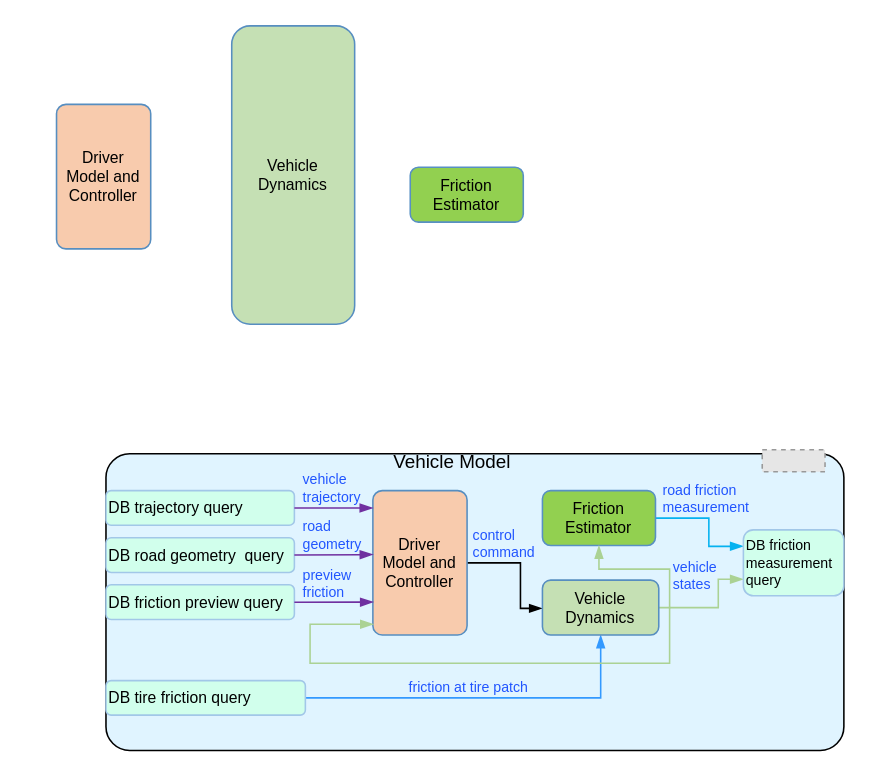
LimingGao/draw_io keeps this draw.io diagram as vehicle dynamics.drawio. Above is the earlier version. Source tidied: cells renumbered, new cells numbered last; positions are measured from the earlier drawing's top-left corner, leaving out a move shared by most shapes. Both pictures are drawn from the tidied source at 157%, with x=0, y=0 at pixel (55, 25). Pictures stored in the file or linked from it are replaced by grey dashed boxes.
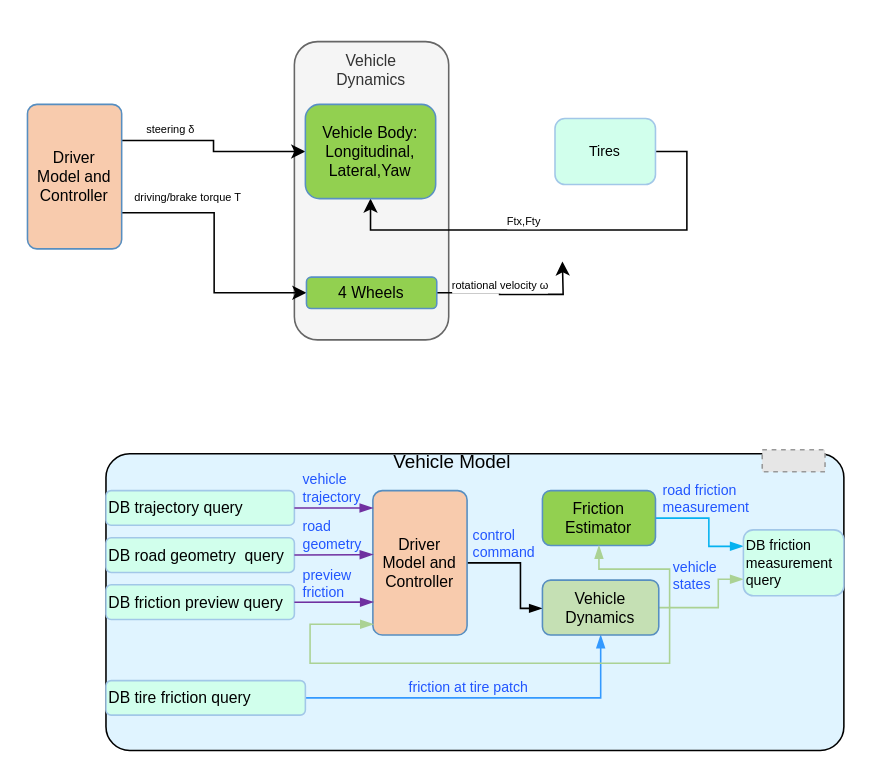
The same page after the edit.

Change to the diagram source:
```diff
@@
+    <mxCell id="30" value="Vehicle&#10;Dynamics" style="rounded=1;align=center;verticalAlign=top;fontSize=10;fontStyle=0;strokeColor=#666666;fillColor=#f5f5f5;fontColor=#333333;glass=0;" parent="1" vertex="1">
+      <mxGeometry x="152" y="10" width="98.3" height="190" as="geometry" />
+    </mxCell>
@@
+    <mxCell id="32" style="edgeStyle=orthogonalEdgeStyle;rounded=0;jettySize=auto;html=1;exitX=1;exitY=0.75;exitDx=0;exitDy=0;entryX=0;entryY=0.5;entryDx=0;entryDy=0;" parent="1" edge="1" source="29" target="31">
+      <mxGeometry relative="1" as="geometry" />
+    </mxCell>
+    <mxCell id="33" value="driving/brake torque T" style="edgeLabel;html=1;align=center;verticalAlign=middle;fontSize=7;" parent="32" vertex="1">
+      <mxGeometry x="-0.26" y="-1" relative="1" as="geometry">
+        <mxPoint x="-16.3" y="-12.6" as="offset" />
+      </mxGeometry>
+    </mxCell>
+    <mxCell id="34" style="edgeStyle=orthogonalEdgeStyle;rounded=0;jettySize=auto;html=1;exitX=1;exitY=0.25;exitDx=0;exitDy=0;fontSize=7;" parent="1" edge="1" source="29" target="42">
+      <mxGeometry relative="1" as="geometry" />
+    </mxCell>
+    <mxCell id="35" value="steering δ" style="edgeLabel;html=1;align=center;verticalAlign=middle;fontSize=7;" parent="34" vertex="1">
+      <mxGeometry x="-0.2" y="1" relative="1" as="geometry">
+        <mxPoint x="-19.8" y="-6" as="offset" />
+      </mxGeometry>
+    </mxCell>
     <mxCell id="29" value="Driver &#10;Model and &#10;Controller" style="rounded=1;align=center;verticalAlign=middle;fontSize=10;fontStyle=0;fillColor=#F8CBAD;strokeColor=#578EC0;arcSize=10;" parent="1" vertex="1">
-      <mxGeometry x="0.5" y="50" width="60" height="92" as="geometry" />
+      <mxGeometry x="-18" y="50" width="60" height="92" as="geometry" />
     </mxCell>
-    <mxCell id="30" value="Vehicle &#10;Dynamics" style="rounded=1;align=center;verticalAlign=middle;fontSize=10;fontStyle=0;strokeColor=#578EC0;fillColor=#C5E0B4;" parent="1" vertex="1">
-      <mxGeometry x="112.1" width="78.3" height="190" as="geometry" />
-    </mxCell>
+    <mxCell id="36" style="edgeStyle=orthogonalEdgeStyle;rounded=0;jettySize=auto;html=1;fontSize=7;" parent="1" edge="1" source="31">
+      <mxGeometry relative="1" as="geometry">
+        <mxPoint x="322.7" y="150" as="targetPoint" />
+      </mxGeometry>
+    </mxCell>
+    <mxCell id="37" value="rotational velocity&amp;nbsp;ω" style="edgeLabel;html=1;align=center;verticalAlign=middle;fontSize=7;" parent="36" vertex="1">
+      <mxGeometry x="0.17" relative="1" as="geometry">
+        <mxPoint x="-19.1" y="-6" as="offset" />
+      </mxGeometry>
+    </mxCell>
-    <mxCell id="31" value="Friction &#10;Estimator" style="rounded=1;align=center;verticalAlign=middle;fontSize=10;fontStyle=0;fillColor=#92D050;strokeColor=#5890C3;" parent="1" vertex="1">
-      <mxGeometry x="225.8" y="90" width="72" height="35" as="geometry" />
+    <mxCell id="31" value="4 Wheels" style="rounded=1;align=center;verticalAlign=middle;fontSize=10;fontStyle=0;fillColor=#92D050;strokeColor=#5890C3;" parent="1" vertex="1">
+      <mxGeometry x="159.7" y="160" width="83" height="20" as="geometry" />
     </mxCell>
+    <mxCell id="38" style="edgeStyle=orthogonalEdgeStyle;rounded=0;orthogonalLoop=1;jettySize=auto;html=1;exitX=0.5;exitY=1;exitDx=0;exitDy=0;" parent="1" edge="1" source="31" target="31">
+      <mxGeometry relative="1" as="geometry" />
+    </mxCell>
+    <mxCell id="39" style="edgeStyle=orthogonalEdgeStyle;rounded=0;jettySize=auto;html=1;exitX=1;exitY=0.5;exitDx=0;exitDy=0;fontSize=7;entryX=0.5;entryY=1;entryDx=0;entryDy=0;" parent="1" edge="1" source="41" target="42">
+      <mxGeometry relative="1" as="geometry">
+        <Array as="points">
+          <mxPoint x="402" y="80" />
+          <mxPoint x="402" y="130" />
+          <mxPoint x="201" y="130" />
+        </Array>
+      </mxGeometry>
+    </mxCell>
+    <mxCell id="40" value="Ftx,Fty" style="edgeLabel;html=1;align=center;verticalAlign=middle;fontSize=7;" parent="39" vertex="1">
+      <mxGeometry x="0.22" relative="1" as="geometry">
+        <mxPoint x="3" y="-6" as="offset" />
+      </mxGeometry>
+    </mxCell>
+    <mxCell id="41" value="Tires" style="rounded=1;align=center;verticalAlign=middle;fillColor=#D1FFEC;strokeColor=#A2C7E8;fontSize=9;fontStyle=0;" parent="1" vertex="1">
+      <mxGeometry x="318" y="59" width="64" height="42" as="geometry" />
+    </mxCell>
+    <mxCell id="42" value="Vehicle Body:&#10;Longitudinal,&#10;Lateral,Yaw" style="rounded=1;align=center;verticalAlign=middle;fontSize=10;fontStyle=0;fillColor=#92D050;strokeColor=#5890C3;" parent="1" vertex="1">
+      <mxGeometry x="159" y="50" width="83" height="60" as="geometry" />
+    </mxCell>
```
